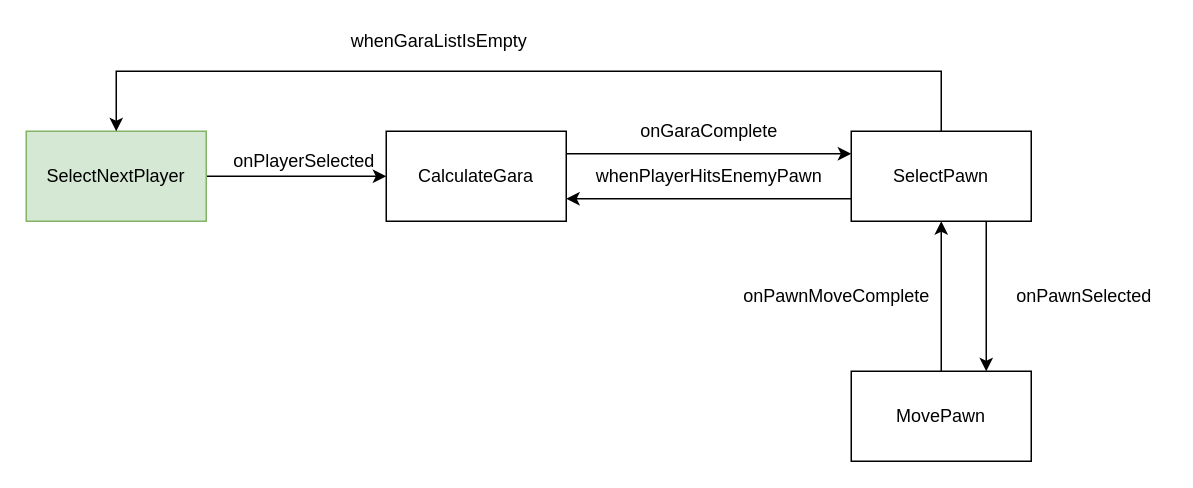
Earlier version of the draw.io diagram page "GameStateMachine" (2 of 3) of ChoukaBara.drawio (mohithsrao/GodotGameChoukaBara). Source tidied: cells renumbered, new cells numbered last; positions are measured from the earlier drawing's top-left corner, leaving out a move shared by most shapes. Both pictures are drawn from the tidied source at 150%, with x=0, y=0 at pixel (26, 26).
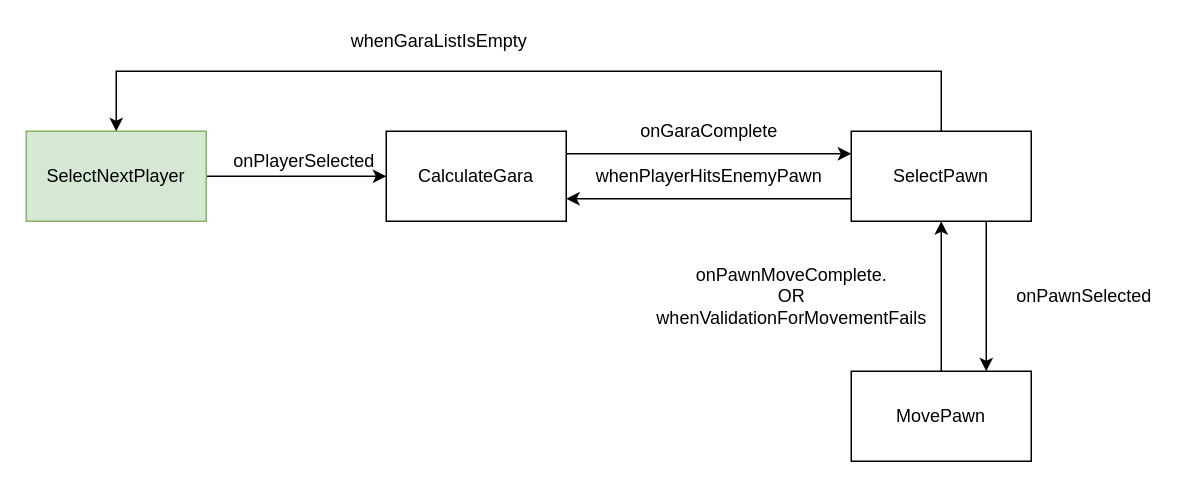
The same diagram, later.

Diff of the diagram source:
```diff
@@
-    <mxCell id="17" value="onPawnMoveComplete" style="text;html=1;align=center;verticalAlign=middle;" parent="1" vertex="1">
-      <mxGeometry x="470" y="170" width="140" height="20" as="geometry" />
+    <mxCell id="17" value="onPawnMoveComplete.&lt;br&gt;OR&lt;br&gt;whenValidationForMovementFails" style="text;html=1;align=center;verticalAlign=middle;" parent="1" vertex="1">
+      <mxGeometry x="410" y="155" width="200" height="50" as="geometry" />
     </mxCell>
```
